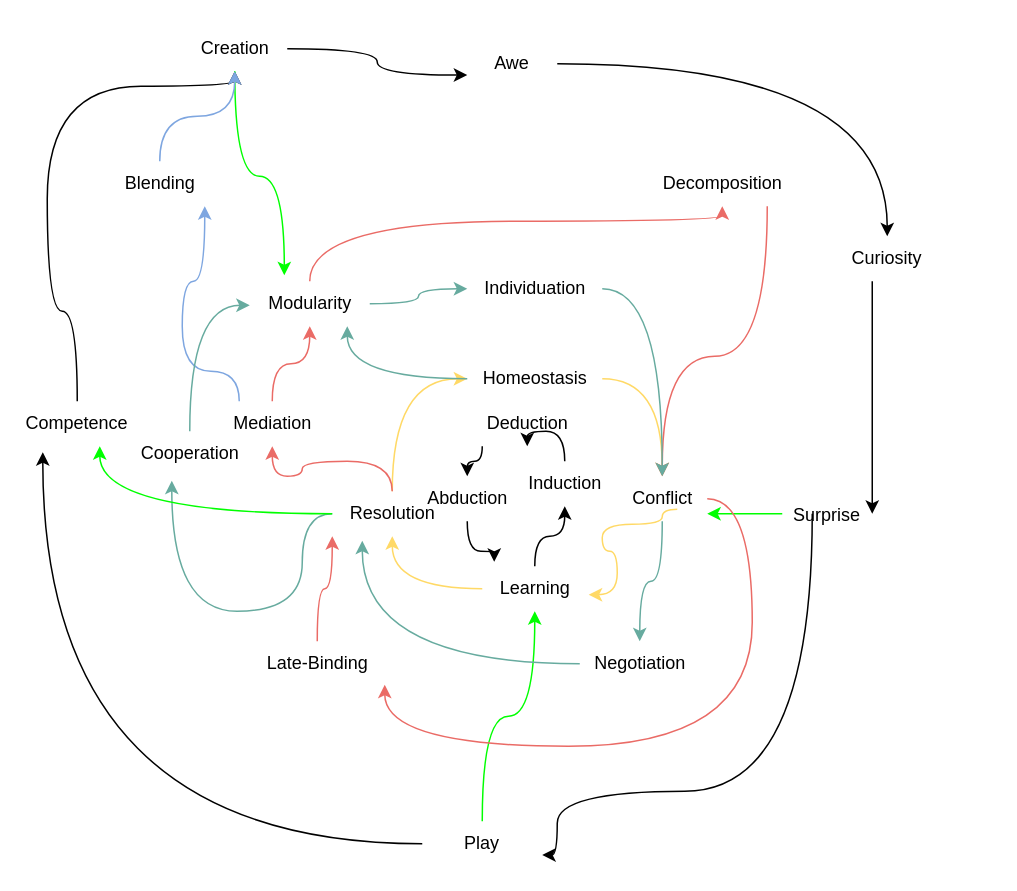
Before: knowing_rheomode_cycles.drawio in codeaudit/1, a draw.io diagram. Source tidied: cells renumbered, new cells numbered last; positions are measured from the earlier drawing's top-left corner, leaving out a move shared by most shapes. Both pictures are drawn from the tidied source at 150%, with x=0, y=0 at pixel (32, 26).
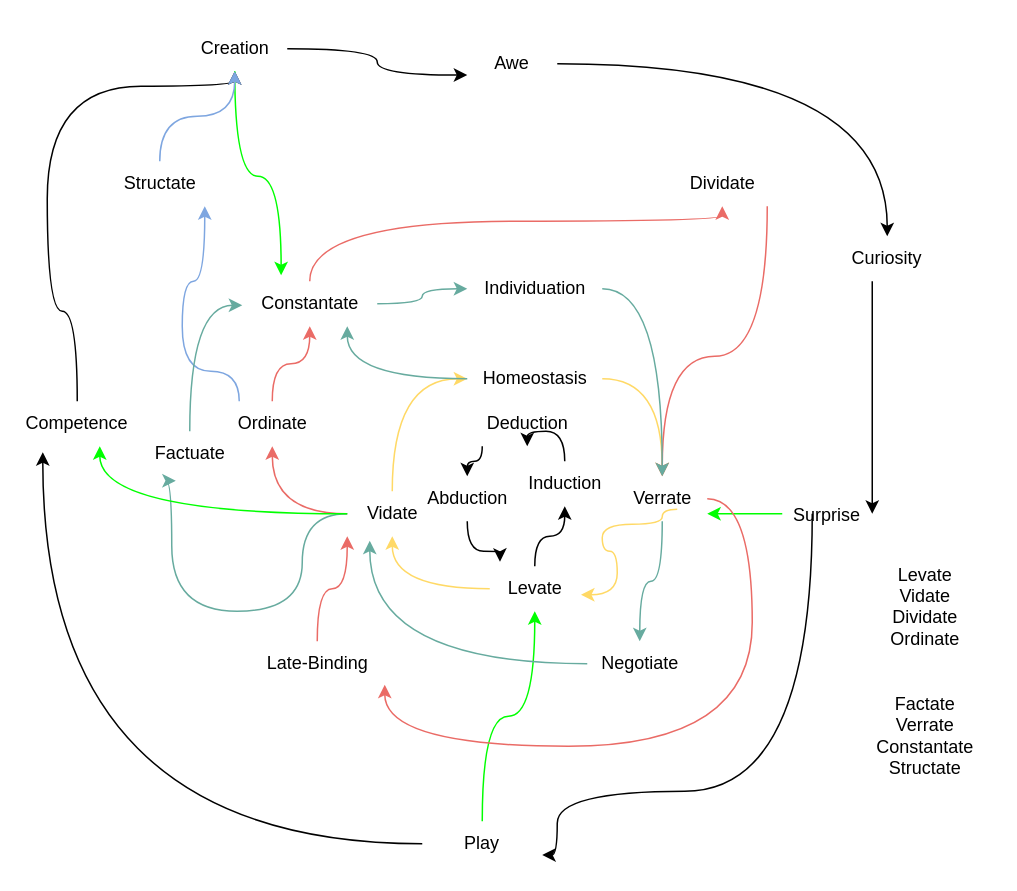
After the change.

Diff of the diagram source:
```diff
@@
-    <mxCell id="20" value="Conflict" style="text;html=1;align=center;verticalAlign=middle;points=[];strokeColor=none;fillColor=none;" parent="1" vertex="1">
+    <mxCell id="20" value="Verrate" style="text;html=1;align=center;verticalAlign=middle;points=[];strokeColor=none;fillColor=none;" parent="1" vertex="1">
       <mxGeometry x="390" y="300" width="60" height="30" as="geometry" />
     </mxCell>
@@
-    <mxCell id="23" value="Learning" style="text;html=1;align=center;verticalAlign=middle;points=[];strokeColor=none;fillColor=none;" parent="1" vertex="1">
-      <mxGeometry x="300" y="360" width="70" height="30" as="geometry" />
+    <mxCell id="23" value="Levate" style="text;html=1;align=center;verticalAlign=middle;points=[];strokeColor=none;fillColor=none;" parent="1" vertex="1">
+      <mxGeometry x="305" y="360" width="60" height="30" as="geometry" />
     </mxCell>
@@
-    <mxCell id="28" value="Resolution" style="text;html=1;align=center;verticalAlign=middle;points=[];strokeColor=none;fillColor=none;" parent="1" vertex="1">
-      <mxGeometry x="200" y="310" width="80" height="30" as="geometry" />
+    <mxCell id="28" value="Vidate" style="text;html=1;align=center;verticalAlign=middle;points=[];strokeColor=none;fillColor=none;" parent="1" vertex="1">
+      <mxGeometry x="210" y="310" width="60" height="30" as="geometry" />
     </mxCell>
@@
-    <mxCell id="34" value="Modularity" style="text;html=1;align=center;verticalAlign=middle;points=[];strokeColor=none;fillColor=none;" parent="1" vertex="1">
-      <mxGeometry x="145" y="170" width="80" height="30" as="geometry" />
+    <mxCell id="34" value="Constantate" style="text;html=1;align=center;verticalAlign=middle;points=[];strokeColor=none;fillColor=none;" parent="1" vertex="1">
+      <mxGeometry x="140" y="170" width="90" height="30" as="geometry" />
     </mxCell>
@@
-    <mxCell id="36" value="Blending" style="text;html=1;align=center;verticalAlign=middle;points=[];strokeColor=none;fillColor=none;" parent="1" vertex="1">
+    <mxCell id="36" value="Structate" style="text;html=1;align=center;verticalAlign=middle;points=[];strokeColor=none;fillColor=none;" parent="1" vertex="1">
       <mxGeometry x="50" y="90" width="70" height="30" as="geometry" />
     </mxCell>
@@
-    <mxCell id="38" value="Decomposition" style="text;html=1;align=center;verticalAlign=middle;points=[];strokeColor=none;fillColor=none;" parent="1" vertex="1">
-      <mxGeometry x="410" y="90" width="100" height="30" as="geometry" />
+    <mxCell id="38" value="Dividate" style="text;html=1;align=center;verticalAlign=middle;points=[];strokeColor=none;fillColor=none;" parent="1" vertex="1">
+      <mxGeometry x="425" y="90" width="70" height="30" as="geometry" />
     </mxCell>
@@
-    <mxCell id="43" value="Mediation" style="text;html=1;align=center;verticalAlign=middle;points=[];strokeColor=none;fillColor=none;rounded=0;" parent="1" vertex="1">
-      <mxGeometry x="120" y="250" width="80" height="30" as="geometry" />
+    <mxCell id="43" value="Ordinate" style="text;html=1;align=center;verticalAlign=middle;points=[];strokeColor=none;fillColor=none;rounded=0;" parent="1" vertex="1">
+      <mxGeometry x="125" y="250" width="70" height="30" as="geometry" />
     </mxCell>
@@
-    <mxCell id="47" value="Negotiation" style="text;html=1;align=center;verticalAlign=middle;points=[];strokeColor=none;fillColor=none;" parent="1" vertex="1">
-      <mxGeometry x="365" y="410" width="80" height="30" as="geometry" />
+    <mxCell id="47" value="Negotiate" style="text;html=1;align=center;verticalAlign=middle;points=[];strokeColor=none;fillColor=none;" parent="1" vertex="1">
+      <mxGeometry x="370" y="410" width="70" height="30" as="geometry" />
     </mxCell>
@@
-    <mxCell id="49" value="Cooperation" style="text;html=1;align=center;verticalAlign=middle;points=[];strokeColor=none;fillColor=none;" parent="1" vertex="1">
-      <mxGeometry x="60" y="270" width="90" height="30" as="geometry" />
+    <mxCell id="49" value="Factuate" style="text;html=1;align=center;verticalAlign=middle;points=[];strokeColor=none;fillColor=none;" parent="1" vertex="1">
+      <mxGeometry x="70" y="270" width="70" height="30" as="geometry" />
     </mxCell>
@@
+    <mxCell id="56" value="Levate&lt;br&gt;Vidate&lt;br&gt;Dividate&lt;br&gt;Ordinate&lt;br&gt;&lt;br&gt;&lt;br&gt;Factate&lt;br&gt;Verrate&lt;br&gt;Constantate&lt;br&gt;Structate" style="text;html=1;align=center;verticalAlign=middle;strokeColor=none;fillColor=none;" parent="1" vertex="1">
+      <mxGeometry x="550" y="350" width="90" height="160" as="geometry" />
+    </mxCell>
```
